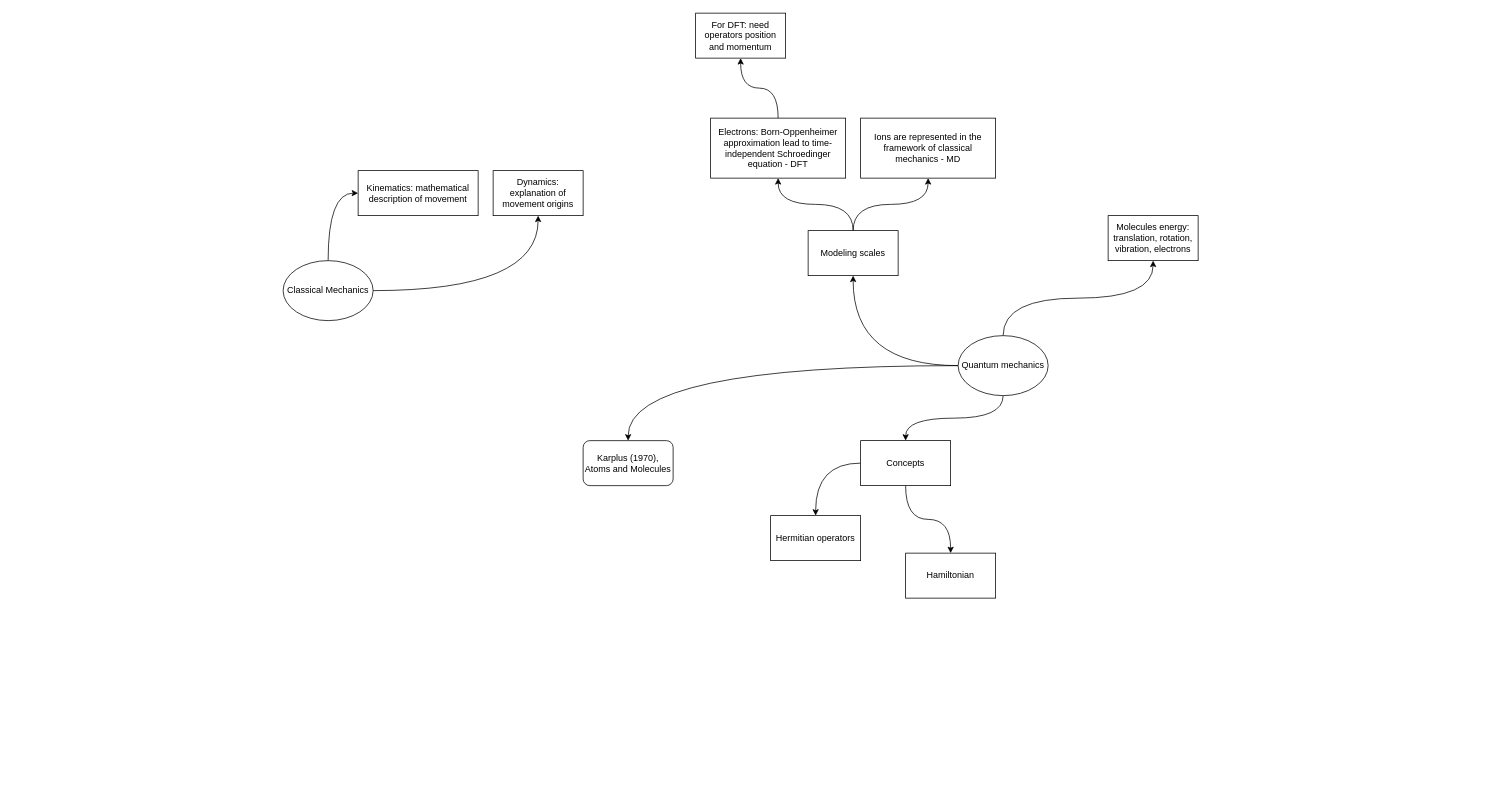
Above: learning.drawio in wallytutor/mind-maps (draw.io), before the change. Source tidied: cells renumbered, new cells numbered last; positions are measured from the earlier drawing's top-left corner, leaving out a move shared by most shapes. Both pictures are drawn from the tidied source at 75%, with x=0, y=0 at pixel (283, 13).
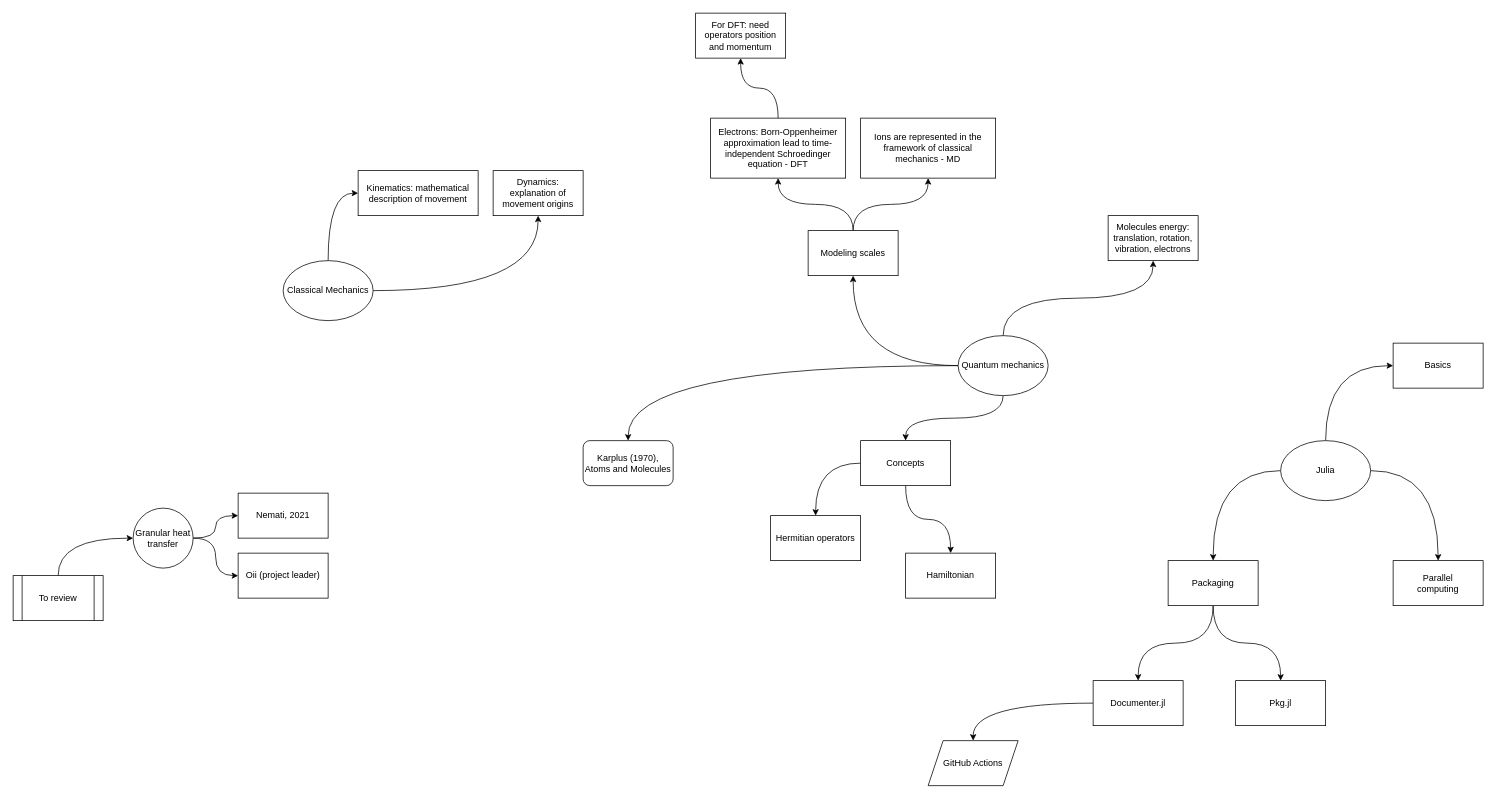
Above is the later version.

The edit, as a diff of the source:
```diff
@@
+    <mxCell id="26" style="edgeStyle=orthogonalEdgeStyle;curved=1;rounded=0;jettySize=auto;html=1;exitX=0.5;exitY=0;exitDx=0;exitDy=0;entryX=0;entryY=0.5;entryDx=0;entryDy=0;" parent="1" edge="1" source="29" target="30">
+      <mxGeometry relative="1" as="geometry" />
+    </mxCell>
+    <mxCell id="27" style="edgeStyle=orthogonalEdgeStyle;curved=1;rounded=0;jettySize=auto;html=1;" parent="1" edge="1" source="29" target="31">
+      <mxGeometry relative="1" as="geometry" />
+    </mxCell>
+    <mxCell id="28" style="edgeStyle=orthogonalEdgeStyle;rounded=0;jettySize=auto;html=1;curved=1;" parent="1" edge="1" source="29" target="34">
+      <mxGeometry relative="1" as="geometry" />
+    </mxCell>
+    <mxCell id="29" value="Julia" style="ellipse;whiteSpace=wrap;html=1;" parent="1" vertex="1">
+      <mxGeometry x="1330" y="570" width="120" height="80" as="geometry" />
+    </mxCell>
+    <mxCell id="30" value="Basics" style="rounded=0;whiteSpace=wrap;html=1;" parent="1" vertex="1">
+      <mxGeometry x="1480" y="440" width="120" height="60" as="geometry" />
+    </mxCell>
+    <mxCell id="31" value="Parallel&lt;br&gt;computing" style="rounded=0;whiteSpace=wrap;html=1;" parent="1" vertex="1">
+      <mxGeometry x="1480" y="730" width="120" height="60" as="geometry" />
+    </mxCell>
+    <mxCell id="32" style="edgeStyle=orthogonalEdgeStyle;rounded=0;jettySize=auto;html=1;entryX=0.5;entryY=0;entryDx=0;entryDy=0;curved=1;" parent="1" edge="1" source="34" target="36">
+      <mxGeometry relative="1" as="geometry" />
+    </mxCell>
+    <mxCell id="33" style="edgeStyle=orthogonalEdgeStyle;rounded=0;jettySize=auto;html=1;entryX=0.5;entryY=0;entryDx=0;entryDy=0;curved=1;" parent="1" edge="1" source="34" target="37">
+      <mxGeometry relative="1" as="geometry" />
+    </mxCell>
+    <mxCell id="34" value="Packaging" style="rounded=0;whiteSpace=wrap;html=1;" parent="1" vertex="1">
+      <mxGeometry x="1180" y="730" width="120" height="60" as="geometry" />
+    </mxCell>
+    <mxCell id="35" style="edgeStyle=orthogonalEdgeStyle;rounded=0;jettySize=auto;html=1;entryX=0.5;entryY=0;entryDx=0;entryDy=0;curved=1;" parent="1" edge="1" source="36" target="38">
+      <mxGeometry relative="1" as="geometry" />
+    </mxCell>
+    <mxCell id="36" value="Documenter.jl" style="rounded=0;whiteSpace=wrap;html=1;" parent="1" vertex="1">
+      <mxGeometry x="1080" y="890" width="120" height="60" as="geometry" />
+    </mxCell>
+    <mxCell id="37" value="Pkg.jl" style="rounded=0;whiteSpace=wrap;html=1;" parent="1" vertex="1">
+      <mxGeometry x="1270" y="890" width="120" height="60" as="geometry" />
+    </mxCell>
+    <mxCell id="38" value="GitHub Actions" style="shape=parallelogram;perimeter=parallelogramPerimeter;whiteSpace=wrap;html=1;fixedSize=1;" parent="1" vertex="1">
+      <mxGeometry x="860" y="970" width="120" height="60" as="geometry" />
+    </mxCell>
+    <mxCell id="39" style="edgeStyle=orthogonalEdgeStyle;curved=1;rounded=0;jettySize=auto;html=1;exitX=0.5;exitY=0;exitDx=0;exitDy=0;entryX=0;entryY=0.5;entryDx=0;entryDy=0;" parent="1" edge="1" source="40" target="43">
+      <mxGeometry relative="1" as="geometry" />
+    </mxCell>
+    <mxCell id="40" value="To review" style="shape=process;whiteSpace=wrap;html=1;backgroundOutline=1;" parent="1" vertex="1">
+      <mxGeometry x="-360" y="750" width="120" height="60" as="geometry" />
+    </mxCell>
+    <mxCell id="41" style="edgeStyle=orthogonalEdgeStyle;curved=1;rounded=0;jettySize=auto;html=1;entryX=0;entryY=0.5;entryDx=0;entryDy=0;" parent="1" edge="1" source="43" target="44">
+      <mxGeometry relative="1" as="geometry" />
+    </mxCell>
+    <mxCell id="42" style="edgeStyle=orthogonalEdgeStyle;curved=1;rounded=0;jettySize=auto;html=1;entryX=0;entryY=0.5;entryDx=0;entryDy=0;" parent="1" edge="1" source="43" target="45">
+      <mxGeometry relative="1" as="geometry" />
+    </mxCell>
+    <mxCell id="43" value="Granular heat transfer" style="ellipse;whiteSpace=wrap;html=1;" parent="1" vertex="1">
+      <mxGeometry x="-200" y="660" width="80" height="80" as="geometry" />
+    </mxCell>
+    <mxCell id="44" value="Nemati, 2021" style="rounded=0;whiteSpace=wrap;html=1;" parent="1" vertex="1">
+      <mxGeometry x="-60" y="640" width="120" height="60" as="geometry" />
+    </mxCell>
+    <mxCell id="45" value="Oii (project leader)" style="rounded=0;whiteSpace=wrap;html=1;" parent="1" vertex="1">
+      <mxGeometry x="-60" y="720" width="120" height="60" as="geometry" />
+    </mxCell>
```
